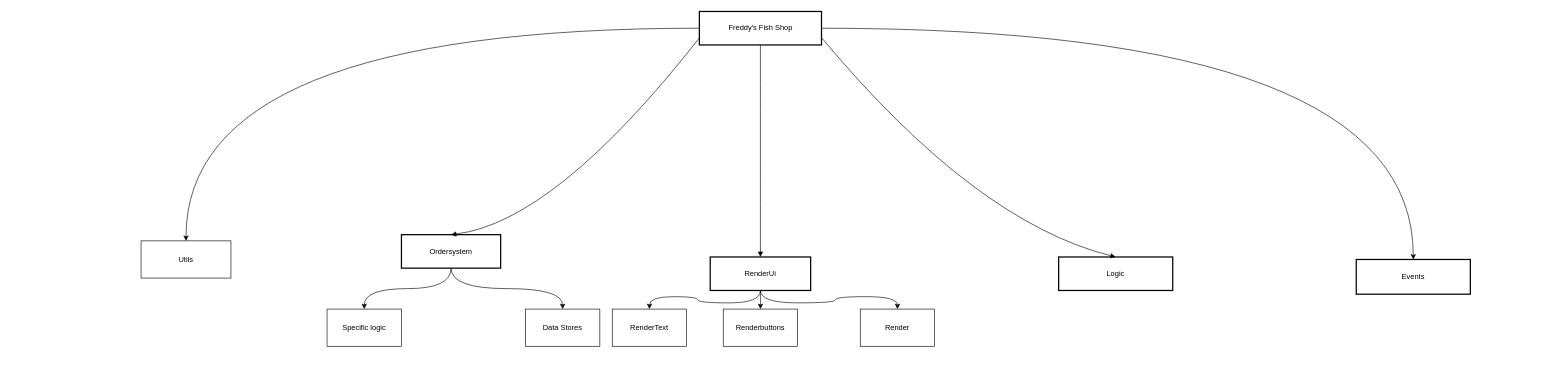
Earlier version of the draw.io diagram Untitled Diagram.drawio (rumi-bit/Year12python). Source tidied: cells renumbered, new cells numbered last; positions are measured from the earlier drawing's top-left corner, leaving out a move shared by most shapes. Both pictures are drawn from the tidied source at 62%, with x=0, y=0 at pixel (141, 11).
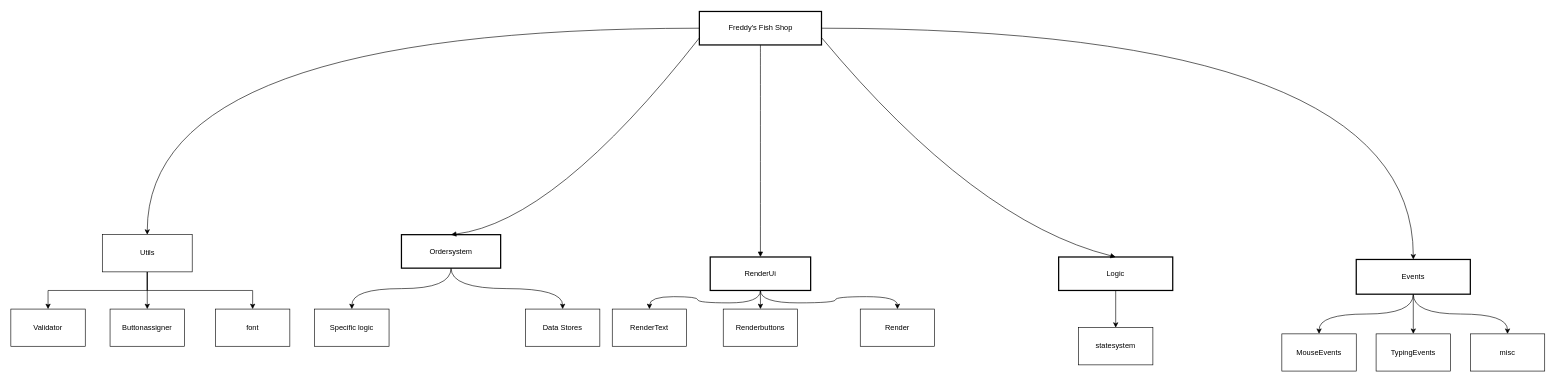
After the change.

Unchanged cells that the change refers to:
```xml
<mxCell id="11" value="Logic" style="whiteSpace=wrap;strokeWidth=2;" parent="1" vertex="1">
  <mxGeometry x="1480" y="396" width="184" height="54" as="geometry" />
</mxCell>
<mxCell id="15" value="Events" style="whiteSpace=wrap;strokeWidth=2;points=[[0,0,0,0,0],[0,0.25,0,0,0],[0,0.5,0,0,0],[0,0.75,0,0,0],[0,1,0,0,0],[0.25,0,0,0,0],[0.25,1,0,0,0],[0.5,0,0,0,0],[0.5,1,0,0,0],[0.75,0,0,0,0],[0.75,1,0,0,0],[1,0,0,0,0],[1,0.25,0,0,0],[1,0.5,0,0,0],[1,0.75,0,0,0],[1,1,0,0,0]];" parent="1" vertex="1">
  <mxGeometry x="1960" y="400" width="184" height="56" as="geometry" />
</mxCell>
```

Diff of the diagram source:
```diff
@@
+    <mxCell id="23" style="edgeStyle=orthogonalEdgeStyle;rounded=0;jettySize=auto;html=1;exitX=0.5;exitY=1;exitDx=0;exitDy=0;entryX=0.5;entryY=0;entryDx=0;entryDy=0;" parent="1" edge="1" source="11" target="30">
+      <mxGeometry relative="1" as="geometry" />
+    </mxCell>
@@
+    <mxCell id="24" style="edgeStyle=orthogonalEdgeStyle;rounded=0;jettySize=auto;html=1;exitX=0.5;exitY=1;exitDx=0;exitDy=0;exitPerimeter=0;entryX=0.5;entryY=0;entryDx=0;entryDy=0;curved=1;" parent="1" edge="1" source="15" target="36">
+      <mxGeometry relative="1" as="geometry" />
+    </mxCell>
+    <mxCell id="25" style="edgeStyle=orthogonalEdgeStyle;rounded=0;jettySize=auto;html=1;exitX=0.5;exitY=1;exitDx=0;exitDy=0;exitPerimeter=0;entryX=0.5;entryY=0;entryDx=0;entryDy=0;" parent="1" edge="1" source="15" target="35">
+      <mxGeometry relative="1" as="geometry" />
+    </mxCell>
+    <mxCell id="26" style="edgeStyle=orthogonalEdgeStyle;rounded=0;jettySize=auto;html=1;exitX=0.5;exitY=1;exitDx=0;exitDy=0;exitPerimeter=0;entryX=0.5;entryY=0;entryDx=0;entryDy=0;curved=1;" parent="1" edge="1" source="15" target="34">
+      <mxGeometry relative="1" as="geometry" />
+    </mxCell>
@@
+    <mxCell id="27" style="edgeStyle=orthogonalEdgeStyle;rounded=0;jettySize=auto;html=1;exitX=0.5;exitY=1;exitDx=0;exitDy=0;entryX=0.5;entryY=0;entryDx=0;entryDy=0;" parent="1" edge="1" source="17" target="32">
+      <mxGeometry relative="1" as="geometry" />
+    </mxCell>
+    <mxCell id="28" style="edgeStyle=orthogonalEdgeStyle;rounded=0;jettySize=auto;html=1;exitX=0.5;exitY=1;exitDx=0;exitDy=0;entryX=0.5;entryY=0;entryDx=0;entryDy=0;" parent="1" edge="1" source="17" target="31">
+      <mxGeometry relative="1" as="geometry" />
+    </mxCell>
+    <mxCell id="29" style="edgeStyle=orthogonalEdgeStyle;rounded=0;jettySize=auto;html=1;exitX=0.5;exitY=1;exitDx=0;exitDy=0;" parent="1" edge="1" source="17" target="33">
+      <mxGeometry relative="1" as="geometry" />
+    </mxCell>
     <mxCell id="17" value="Utils" style="rounded=0;whiteSpace=wrap;html=1;" parent="1" vertex="1">
-      <mxGeometry y="370" width="145" height="60" as="geometry" />
+      <mxGeometry x="-62.5" y="360" width="145" height="60" as="geometry" />
     </mxCell>
@@
     <mxCell id="19" value="Specific logic" style="rounded=0;whiteSpace=wrap;html=1;" parent="1" vertex="1">
-      <mxGeometry x="300" y="480" width="120" height="60" as="geometry" />
+      <mxGeometry x="280" y="480" width="120" height="60" as="geometry" />
     </mxCell>
@@
+    <mxCell id="30" value="statesystem" style="rounded=0;whiteSpace=wrap;html=1;" parent="1" vertex="1">
+      <mxGeometry x="1512" y="510" width="120" height="60" as="geometry" />
+    </mxCell>
+    <mxCell id="31" value="Validator" style="rounded=0;whiteSpace=wrap;html=1;" parent="1" vertex="1">
+      <mxGeometry x="-210" y="480" width="120" height="60" as="geometry" />
+    </mxCell>
+    <mxCell id="32" value="Buttonassigner" style="rounded=0;whiteSpace=wrap;html=1;" parent="1" vertex="1">
+      <mxGeometry x="-50" y="480" width="120" height="60" as="geometry" />
+    </mxCell>
+    <mxCell id="33" value="font" style="rounded=0;whiteSpace=wrap;html=1;" parent="1" vertex="1">
+      <mxGeometry x="120" y="480" width="120" height="60" as="geometry" />
+    </mxCell>
+    <mxCell id="34" value="MouseEvents" style="rounded=0;whiteSpace=wrap;html=1;" parent="1" vertex="1">
+      <mxGeometry x="1840" y="520" width="120" height="60" as="geometry" />
+    </mxCell>
+    <mxCell id="35" value="TypingEvents" style="rounded=0;whiteSpace=wrap;html=1;" parent="1" vertex="1">
+      <mxGeometry x="1992" y="520" width="120" height="60" as="geometry" />
+    </mxCell>
+    <mxCell id="36" value="misc" style="rounded=0;whiteSpace=wrap;html=1;" parent="1" vertex="1">
+      <mxGeometry x="2144" y="520" width="120" height="60" as="geometry" />
+    </mxCell>
```
